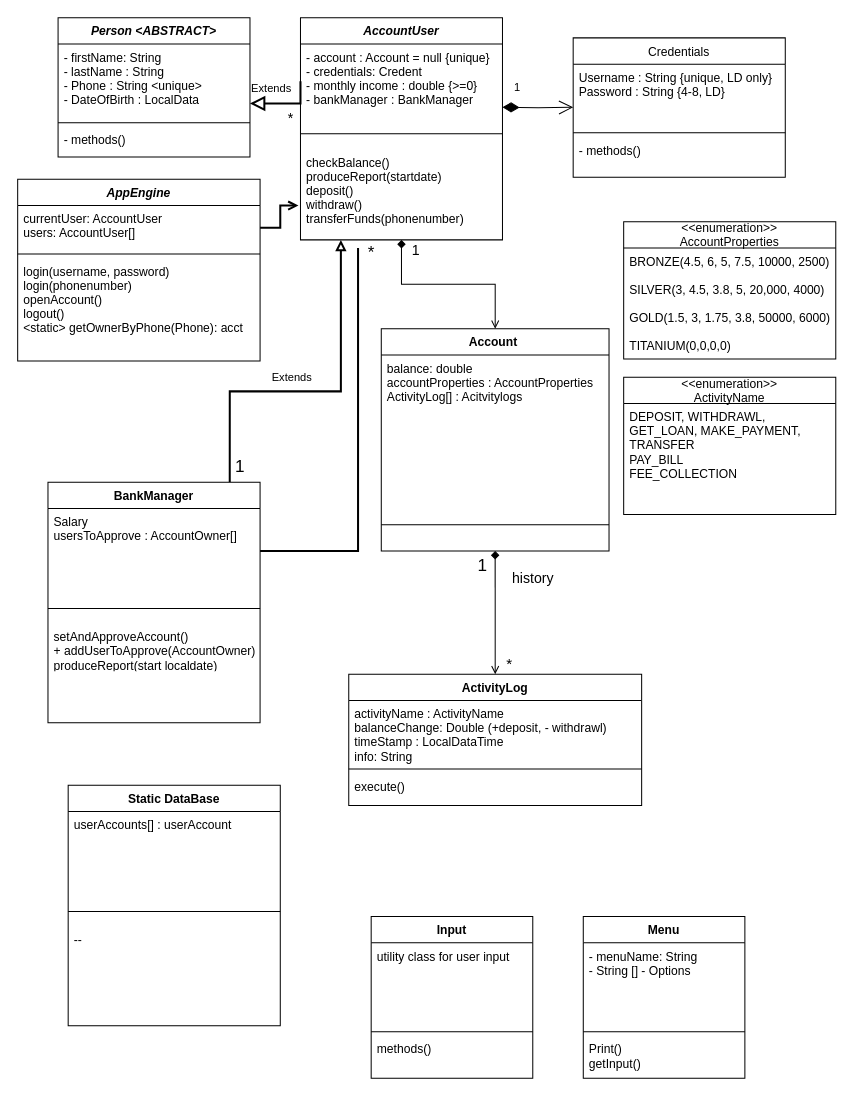
The draw.io diagram Documents/BankingProjectUML.drawio in amirshac/BankingProject, before the edit. Source tidied: cells renumbered, new cells numbered last; positions are measured from the earlier drawing's top-left corner, leaving out a move shared by most shapes. Both pictures are drawn from the tidied source at 101%, with x=0, y=0 at pixel (17, 17).
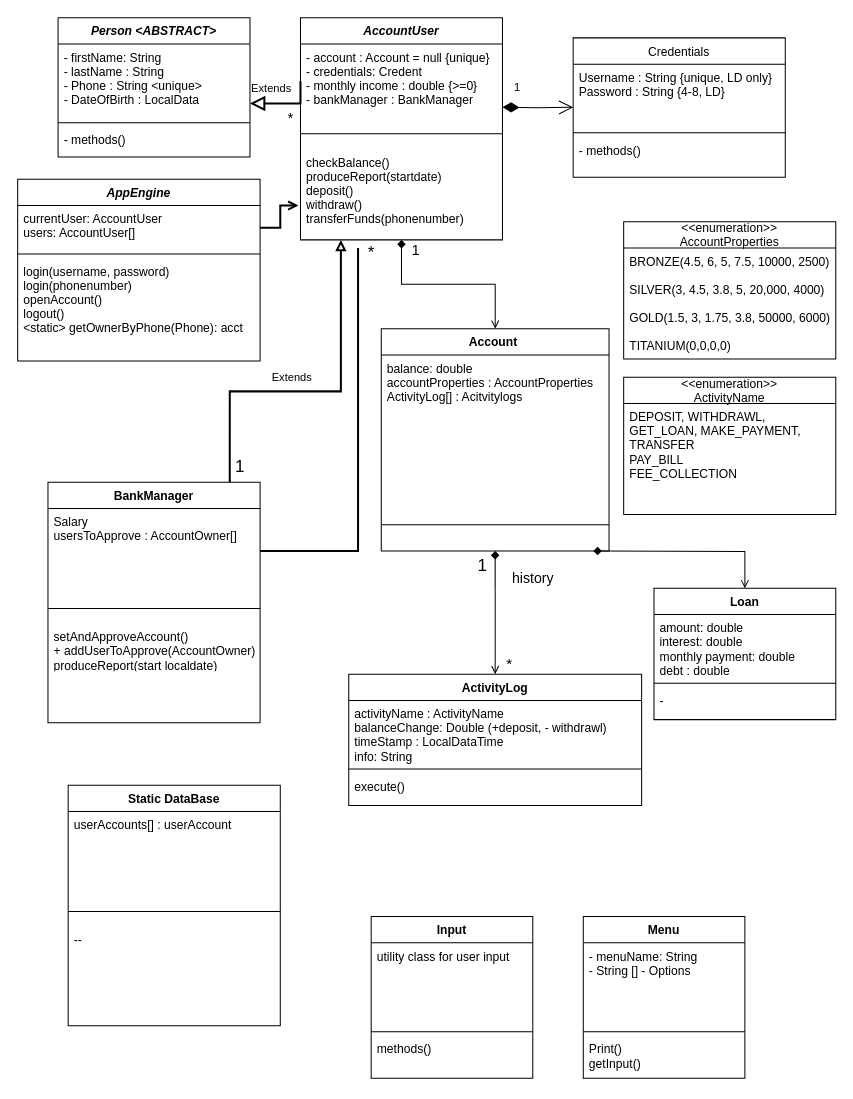
After the change.

Commit message (it also covers changes not shown here):
added loan class

Diff of the diagram source:
```diff
@@
+    <mxCell id="61" value="Loan" style="swimlane;fontStyle=1;align=center;verticalAlign=top;horizontal=1;startSize=26;" parent="1" vertex="1">
+      <mxGeometry x="630" y="565" width="180" height="130" as="geometry" />
+    </mxCell>
+    <mxCell id="62" value="amount: double&#10;interest: double&#10;monthly payment: double&#10;debt : double" style="text;strokeColor=none;fillColor=none;align=left;verticalAlign=top;spacingLeft=4;spacingRight=4;overflow=hidden;" parent="61" vertex="1">
+      <mxGeometry y="26" width="180" height="64" as="geometry" />
+    </mxCell>
+    <mxCell id="63" style="line;strokeWidth=1;fillColor=none;align=left;verticalAlign=middle;spacingTop=-1;spacingLeft=3;spacingRight=3;labelPosition=right;" parent="61" vertex="1">
+      <mxGeometry y="90" width="180" height="8" as="geometry" />
+    </mxCell>
+    <mxCell id="64" value="-" style="text;strokeColor=none;fillColor=none;align=left;verticalAlign=top;spacingLeft=4;spacingRight=4;overflow=hidden;" parent="61" vertex="1">
+      <mxGeometry y="98" width="180" height="32" as="geometry" />
+    </mxCell>
+    <mxCell id="65" style="edgeStyle=orthogonalEdgeStyle;rounded=0;jettySize=auto;html=1;endArrow=open;endFill=0;strokeWidth=1;startArrow=diamond;startFill=1;exitX=0.5;exitY=1;exitDx=0;exitDy=0;entryX=0.5;entryY=0;entryDx=0;entryDy=0;" parent="1" edge="1" target="61">
+      <mxGeometry relative="1" as="geometry">
+        <mxPoint x="570" y="528" as="sourcePoint" />
+      </mxGeometry>
+    </mxCell>
```
